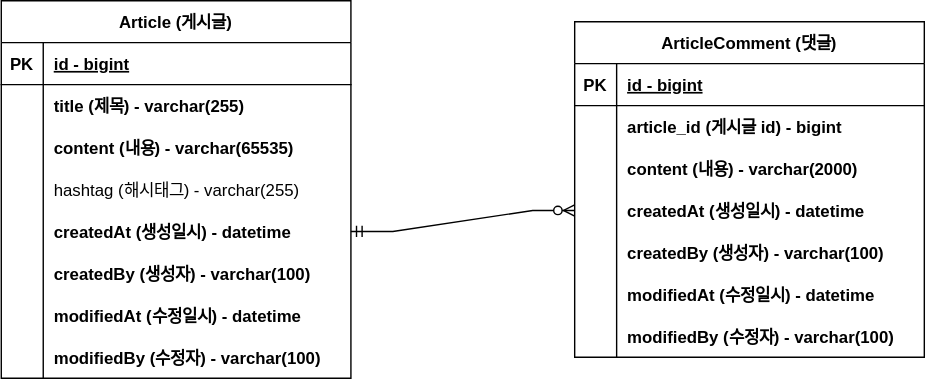
Earlier version of the draw.io export document/board-ERD.svg (jiggyjiggy/board). Source tidied: cells renumbered, new cells last; positions are measured from the earlier drawing's top-left corner, leaving out a move shared by most shapes.
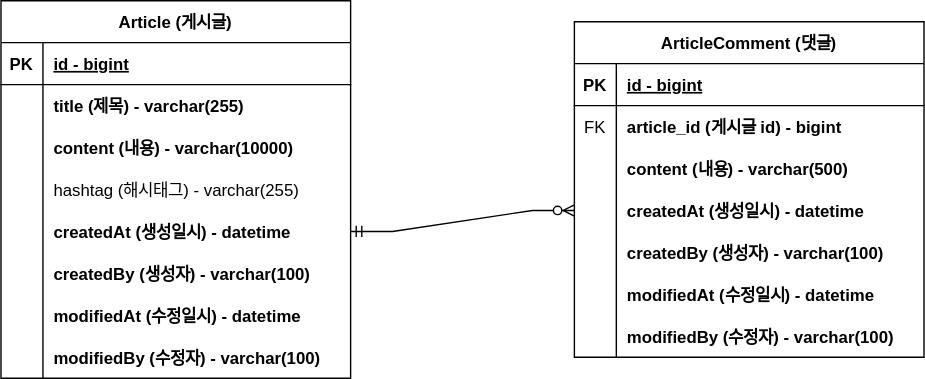
After the commit.

Commit message:
# 10 - board-ERD.svg 업데이트; content 사이즈 변경, 댓글 FK 추가

Change to the diagram source:
```diff
@@ -29,7 +29,7 @@
     <mxCell id="10" style="shape=partialRectangle;overflow=hidden;fillColor=none;top=0;left=0;bottom=0;right=0;" parent="9" vertex="1">
       <mxGeometry width="30" height="30" as="geometry" />
     </mxCell>
-    <mxCell id="11" value="content (내용) - varchar(65535)" style="shape=partialRectangle;overflow=hidden;fillColor=none;top=0;left=0;bottom=0;right=0;align=left;spacingLeft=6;fontStyle=1;" parent="9" vertex="1">
+    <mxCell id="11" value="content (내용) - varchar(10000)" style="shape=partialRectangle;overflow=hidden;fillColor=none;top=0;left=0;bottom=0;right=0;align=left;spacingLeft=6;fontStyle=1;" parent="9" vertex="1">
       <mxGeometry x="30" width="220" height="30" as="geometry" />
     </mxCell>
     <mxCell id="12" style="shape=partialRectangle;fillColor=none;top=0;left=0;right=0;bottom=0;" parent="2" vertex="1">
@@ -92,7 +92,7 @@
     <mxCell id="31" style="shape=partialRectangle;fillColor=none;top=0;left=0;right=0;bottom=0;" parent="27" vertex="1">
       <mxGeometry y="60" width="250" height="30" as="geometry" />
     </mxCell>
-    <mxCell id="32" style="shape=partialRectangle;overflow=hidden;fillColor=none;top=0;left=0;bottom=0;right=0;" parent="31" vertex="1">
+    <mxCell id="32" value="FK" style="shape=partialRectangle;overflow=hidden;fillColor=none;top=0;left=0;bottom=0;right=0;" parent="31" vertex="1">
       <mxGeometry width="30" height="30" as="geometry" />
     </mxCell>
     <mxCell id="33" value="article_id (게시글 id) - bigint" style="shape=partialRectangle;overflow=hidden;fillColor=none;top=0;left=0;bottom=0;right=0;align=left;spacingLeft=6;fontStyle=1;" parent="31" vertex="1">
@@ -104,7 +104,7 @@
     <mxCell id="35" style="shape=partialRectangle;overflow=hidden;fillColor=none;top=0;left=0;bottom=0;right=0;" parent="34" vertex="1">
       <mxGeometry width="30" height="30" as="geometry" />
     </mxCell>
-    <mxCell id="36" value="content (내용) - varchar(2000)" style="shape=partialRectangle;overflow=hidden;fillColor=none;top=0;left=0;bottom=0;right=0;align=left;spacingLeft=6;fontStyle=1;" parent="34" vertex="1">
+    <mxCell id="36" value="content (내용) - varchar(500)" style="shape=partialRectangle;overflow=hidden;fillColor=none;top=0;left=0;bottom=0;right=0;align=left;spacingLeft=6;fontStyle=1;" parent="34" vertex="1">
       <mxGeometry x="30" width="220" height="30" as="geometry" />
     </mxCell>
     <mxCell id="37" style="shape=partialRectangle;fillColor=none;points=[[0,0.5],[1,0.5]];portConstraint=eastwest;top=0;left=0;right=0;bottom=0;" parent="27" vertex="1">
```
